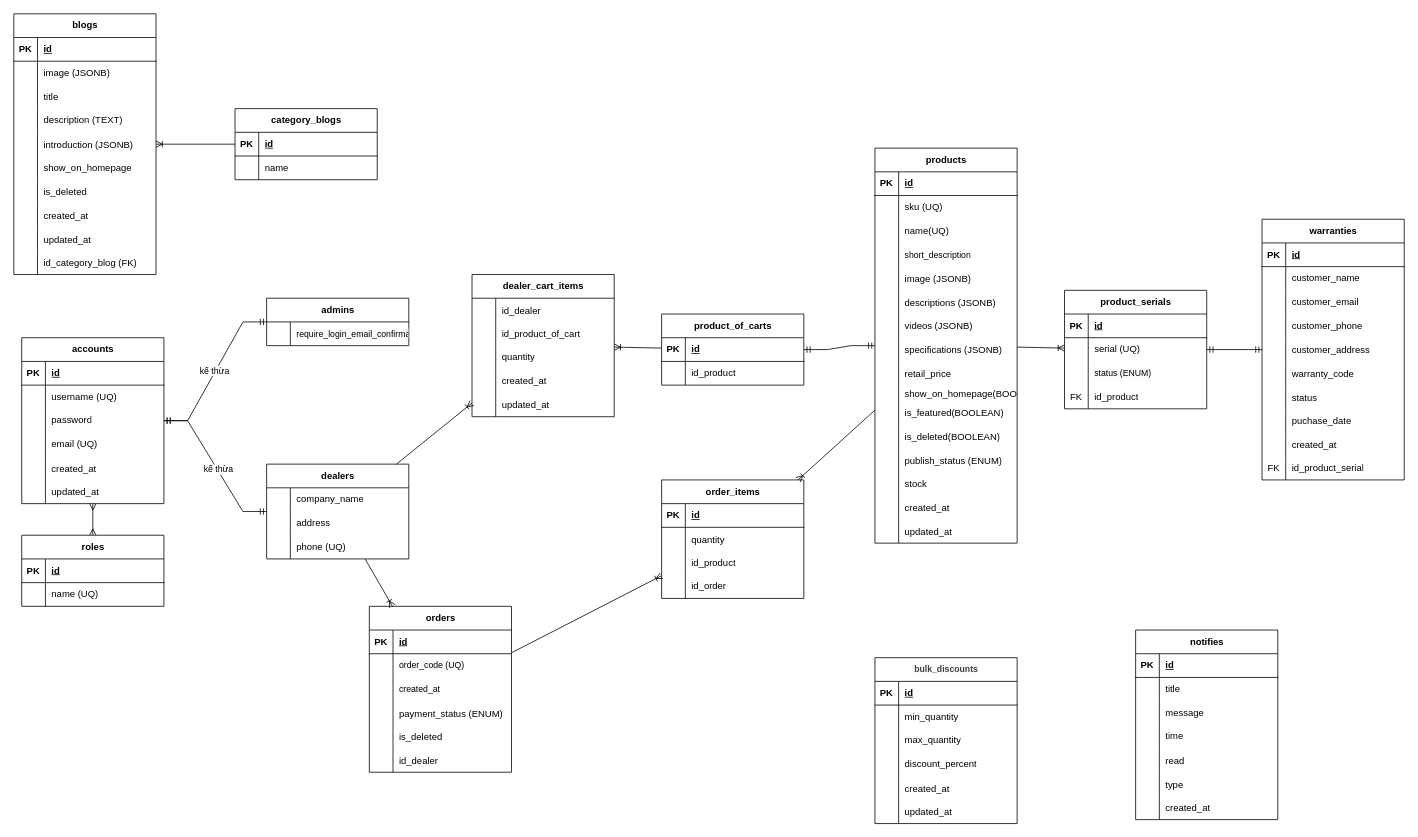
vominhduc11/4thitek keeps this draw.io diagram as class-diagram.drawio. Above is the earlier version. Source tidied: cells renumbered, new cells numbered last; positions are measured from the earlier drawing's top-left corner, leaving out a move shared by most shapes. Both pictures are drawn from the tidied source at 79%, with x=0, y=0 at pixel (13, 13).
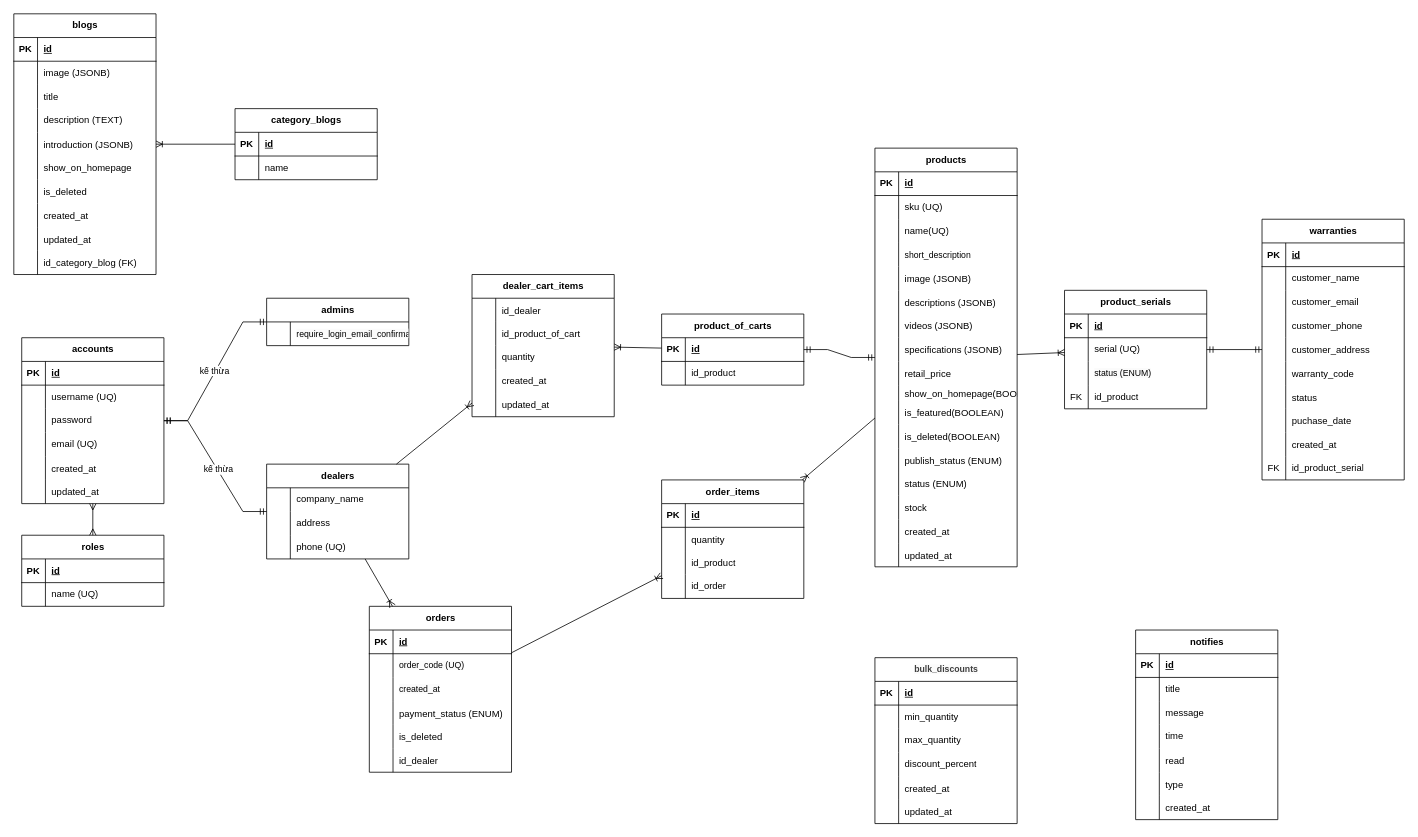
The same diagram, later.

The edit, as a diff of the source:
```diff
@@
     <mxCell id="2" value="products" style="shape=table;startSize=30;childLayout=tableLayout;rowLines=0;fontStyle=1;align=center;html=1;" parent="1" vertex="1">
-      <mxGeometry x="1090" y="170" width="180" height="500" as="geometry" />
+      <mxGeometry x="1090" y="170" width="180" height="530" as="geometry" />
     </mxCell>
@@
+    <mxCell id="283" style="shape=tableRow;horizontal=0;startSize=0;swimlaneHead=0;swimlaneBody=0;fillColor=none;top=0;left=0;right=0;bottom=0;" parent="2" vertex="1">
+      <mxGeometry y="410" width="180" height="30" as="geometry" />
+    </mxCell>
+    <mxCell id="284" style="shape=partialRectangle;fillColor=none;top=0;left=0;bottom=0;right=0;overflow=hidden;" parent="283" vertex="1">
+      <mxGeometry width="30" height="30" as="geometry" />
+    </mxCell>
+    <mxCell id="285" value="status (ENUM)" style="shape=partialRectangle;fillColor=none;top=0;left=0;bottom=0;right=0;align=left;spacingLeft=6;overflow=hidden;" parent="283" vertex="1">
+      <mxGeometry x="30" width="150" height="30" as="geometry" />
+    </mxCell>
     <mxCell id="42" style="shape=tableRow;horizontal=0;startSize=0;swimlaneHead=0;swimlaneBody=0;fillColor=none;top=0;left=0;right=0;bottom=0;" parent="2" vertex="1">
-      <mxGeometry y="410" width="180" height="30" as="geometry" />
+      <mxGeometry y="440" width="180" height="30" as="geometry" />
     </mxCell>
@@
     <mxCell id="45" style="shape=tableRow;horizontal=0;startSize=0;swimlaneHead=0;swimlaneBody=0;fillColor=none;top=0;left=0;right=0;bottom=0;" parent="2" vertex="1">
-      <mxGeometry y="440" width="180" height="30" as="geometry" />
+      <mxGeometry y="470" width="180" height="30" as="geometry" />
     </mxCell>
@@
     <mxCell id="48" style="shape=tableRow;horizontal=0;startSize=0;swimlaneHead=0;swimlaneBody=0;fillColor=none;top=0;left=0;right=0;bottom=0;" parent="2" vertex="1">
-      <mxGeometry y="470" width="180" height="30" as="geometry" />
+      <mxGeometry y="500" width="180" height="30" as="geometry" />
     </mxCell>
```
